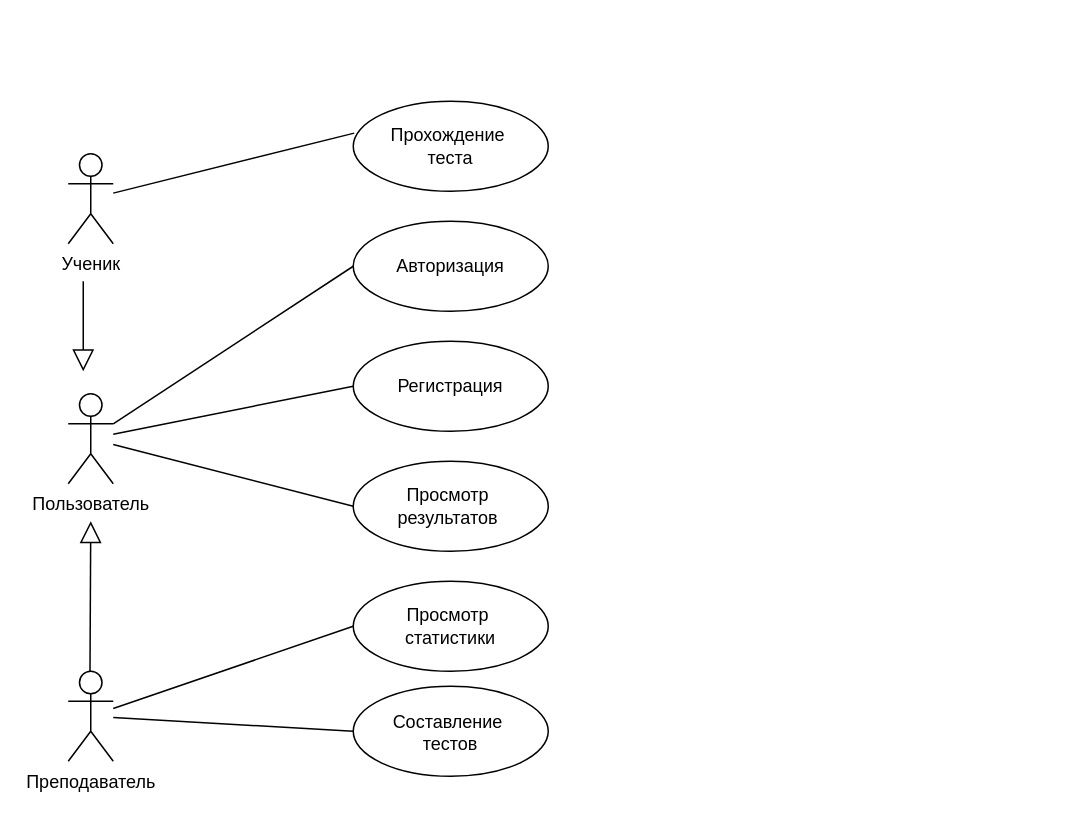
Before: Без названия.drawio in 196PetrovaSasha/JS_project, a draw.io diagram. Source tidied: cells renumbered, new cells numbered last; positions are measured from the earlier drawing's top-left corner, leaving out a move shared by most shapes. Both pictures are drawn from the tidied source at 150%, with x=0, y=0 at pixel (68, 100).
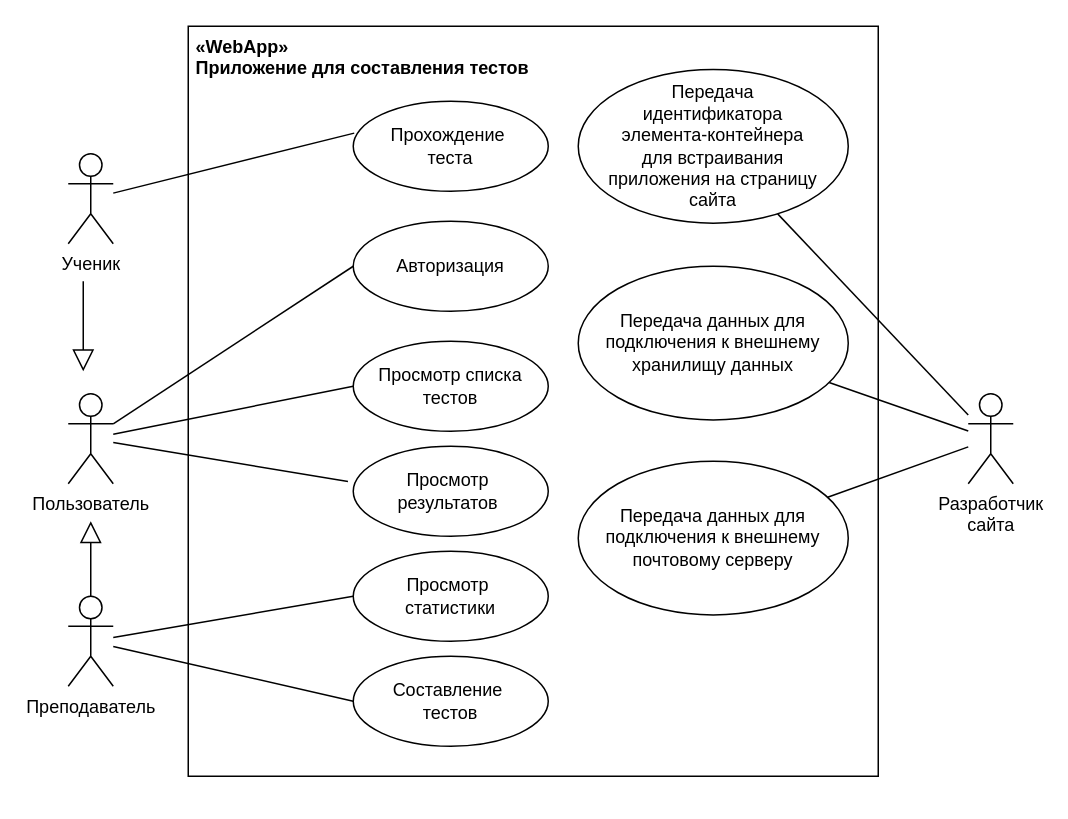
After the change.

Unchanged cells that the change refers to:
```xml
<mxCell id="22" value="Пользователь&lt;br&gt;" style="shape=umlActor;verticalLabelPosition=bottom;verticalAlign=top;html=1;outlineConnect=0;" parent="1" vertex="1">
  <mxGeometry y="195" width="30" height="60" as="geometry" />
</mxCell>
```

Change to the diagram source:
```diff
@@
+    <mxCell id="25" value="&lt;b&gt;&lt;span&gt;&amp;nbsp;«WebApp»&lt;br&gt;&amp;nbsp;Приложение для составления тестов&lt;br&gt;&lt;/span&gt;&lt;/b&gt;" style="html=1;whiteSpace=wrap;align=left;verticalAlign=top;fontStyle=0;" parent="1" vertex="1">
+      <mxGeometry x="80" y="-50" width="460" height="500" as="geometry" />
+    </mxCell>
@@
-    <mxCell id="5" value="Преподаватель&lt;br&gt;" style="shape=umlActor;verticalLabelPosition=bottom;verticalAlign=top;html=1;outlineConnect=0;" parent="1" vertex="1">
-      <mxGeometry y="380" width="30" height="60" as="geometry" />
-    </mxCell>
@@
     <mxCell id="7" style="ellipse;whiteSpace=wrap;html=1;" parent="1" vertex="1">
-      <mxGeometry x="190" y="240" width="130" height="60" as="geometry" />
+      <mxGeometry x="190" y="230" width="130" height="60" as="geometry" />
     </mxCell>
     <mxCell id="8" style="ellipse;whiteSpace=wrap;html=1;" parent="1" vertex="1">
-      <mxGeometry x="190" y="320" width="130" height="60" as="geometry" />
+      <mxGeometry x="190" y="300" width="130" height="60" as="geometry" />
     </mxCell>
     <mxCell id="9" style="ellipse;whiteSpace=wrap;html=1;" parent="1" vertex="1">
-      <mxGeometry x="190" y="390" width="130" height="60" as="geometry" />
+      <mxGeometry x="190" y="370" width="130" height="60" as="geometry" />
     </mxCell>
@@
     <mxCell id="11" value="Просмотр&amp;nbsp;&lt;br&gt;результатов&amp;nbsp;" style="text;html=1;strokeColor=none;fillColor=none;align=center;verticalAlign=middle;whiteSpace=wrap;rounded=0;" parent="1" vertex="1">
-      <mxGeometry x="225" y="255" width="60" height="30" as="geometry" />
+      <mxGeometry x="225" y="245" width="60" height="30" as="geometry" />
     </mxCell>
     <mxCell id="12" value="Просмотр&amp;nbsp;&lt;br&gt;статистики" style="text;html=1;strokeColor=none;fillColor=none;align=center;verticalAlign=middle;whiteSpace=wrap;rounded=0;" parent="1" vertex="1">
-      <mxGeometry x="225" y="335" width="60" height="30" as="geometry" />
+      <mxGeometry x="225" y="315" width="60" height="30" as="geometry" />
     </mxCell>
     <mxCell id="13" value="Составление&amp;nbsp;&lt;br&gt;тестов" style="text;html=1;strokeColor=none;fillColor=none;align=center;verticalAlign=middle;whiteSpace=wrap;rounded=0;" parent="1" vertex="1">
-      <mxGeometry x="225" y="406" width="60" height="30" as="geometry" />
+      <mxGeometry x="225" y="385" width="60" height="30" as="geometry" />
     </mxCell>
@@
-    <mxCell id="15" style="ellipse;whiteSpace=wrap;html=1;" parent="1" vertex="1">
-      <mxGeometry x="190" y="160" width="130" height="60" as="geometry" />
-    </mxCell>
@@
-    <mxCell id="17" value="Регистрация" style="text;html=1;strokeColor=none;fillColor=none;align=center;verticalAlign=middle;whiteSpace=wrap;rounded=0;" parent="1" vertex="1">
-      <mxGeometry x="225" y="175" width="60" height="30" as="geometry" />
-    </mxCell>
@@
-    <mxCell id="19" style="rounded=0;jettySize=auto;html=1;entryX=0;entryY=0.5;entryDx=0;entryDy=0;endArrow=none;endFill=0;" parent="1" edge="1" source="22" target="15">
-      <mxGeometry relative="1" as="geometry" />
-    </mxCell>
-    <mxCell id="20" style="rounded=0;jettySize=auto;html=1;endArrow=none;endFill=0;" parent="1" edge="1" source="22">
-      <mxGeometry relative="1" as="geometry">
-        <mxPoint x="190" y="270" as="targetPoint" />
-      </mxGeometry>
+    <mxCell id="20" style="rounded=0;jettySize=auto;html=1;endArrow=none;endFill=0;entryX=-0.027;entryY=0.392;entryDx=0;entryDy=0;entryPerimeter=0;" parent="1" edge="1" source="22" target="7">
+      <mxGeometry relative="1" as="geometry" />
     </mxCell>
@@
+    <mxCell id="26" style="rounded=0;jettySize=auto;html=1;entryX=0;entryY=0.5;entryDx=0;entryDy=0;endArrow=none;endFill=0;" parent="1" edge="1" source="22" target="33">
+      <mxGeometry relative="1" as="geometry" />
+    </mxCell>
@@
-    <mxCell id="24" style="endArrow=block;endFill=0;endSize=12;html=1;rounded=0;" parent="1" edge="1">
+    <mxCell id="24" style="endArrow=block;endFill=0;endSize=12;html=1;rounded=0;" parent="1" edge="1" source="5">
       <mxGeometry relative="1" as="geometry">
-        <mxPoint x="14.5" y="380" as="sourcePoint" />
         <mxPoint x="15" y="280" as="targetPoint" />
       </mxGeometry>
     </mxCell>
+    <mxCell id="27" style="rounded=0;jettySize=auto;html=1;endArrow=none;endFill=0;" parent="1" edge="1" source="30" target="31">
+      <mxGeometry relative="1" as="geometry" />
+    </mxCell>
+    <mxCell id="28" style="rounded=0;jettySize=auto;html=1;endArrow=none;endFill=0;" parent="1" edge="1" source="30" target="32">
+      <mxGeometry relative="1" as="geometry" />
+    </mxCell>
+    <mxCell id="29" style="rounded=0;jettySize=auto;html=1;endArrow=none;endFill=0;" parent="1" edge="1" source="30" target="34">
+      <mxGeometry relative="1" as="geometry" />
+    </mxCell>
+    <mxCell id="30" value="Разработчик&lt;br&gt;сайта" style="shape=umlActor;verticalLabelPosition=bottom;verticalAlign=top;html=1;outlineConnect=0;" parent="1" vertex="1">
+      <mxGeometry x="600" y="195" width="30" height="60" as="geometry" />
+    </mxCell>
+    <mxCell id="31" value="&lt;div&gt;Передача&lt;/div&gt;&lt;div&gt;идентификатора&lt;/div&gt;&lt;div&gt;элемента-контейнера&lt;/div&gt;для встраивания&lt;br&gt;&lt;div&gt;приложения на страницу&lt;/div&gt;&lt;div&gt;сайта&lt;/div&gt;" style="ellipse;whiteSpace=wrap;html=1;fontStyle=0;" parent="1" vertex="1">
+      <mxGeometry x="340" y="-21.2" width="180" height="102.5" as="geometry" />
+    </mxCell>
+    <mxCell id="32" value="&lt;div&gt;Передача данных для подключения к внешнему хранилищу данных&lt;/div&gt;" style="ellipse;whiteSpace=wrap;html=1;fontStyle=0;" parent="1" vertex="1">
+      <mxGeometry x="340" y="110" width="180" height="102.5" as="geometry" />
+    </mxCell>
+    <mxCell id="33" value="Просмотр списка тестов" style="ellipse;whiteSpace=wrap;html=1;" parent="1" vertex="1">
+      <mxGeometry x="190" y="160" width="130" height="60" as="geometry" />
+    </mxCell>
+    <mxCell id="34" value="&lt;div&gt;Передача данных для подключения к внешнему почтовому серверу&lt;/div&gt;" style="ellipse;whiteSpace=wrap;html=1;fontStyle=0;" parent="1" vertex="1">
+      <mxGeometry x="340" y="240" width="180" height="102.5" as="geometry" />
+    </mxCell>
+    <mxCell id="5" value="Преподаватель&lt;br&gt;" style="shape=umlActor;verticalLabelPosition=bottom;verticalAlign=top;html=1;outlineConnect=0;" parent="1" vertex="1">
+      <mxGeometry y="330" width="30" height="60" as="geometry" />
+    </mxCell>
```
